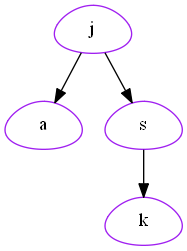
This is ProyectoEDDvacas/AVL.png from Jacks128/EDDRentaActivos, a Graphviz export, as it was before one commit. Its source is kept beside it as ProyectoEDDvacas/AVL.dot. Its diagram source:
```dot
digraph G{
 node [shape = egg, color = purple];
Nodoj [ label = "j" ];
Nodoa [ label = "a" ];
Nodos [ label = "s" ];
Nodok [ label = "k" ];
Nodoj-> Nodoa;
Nodoj-> Nodos;
Nodos-> Nodok;
}
```
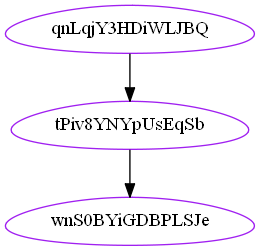
After the change.

What changed in the source:
```diff
@@ -1,10 +1,8 @@
 digraph G{
  node [shape = egg, color = purple];
-Nodoj [ label = "j" ];
-Nodoa [ label = "a" ];
-Nodos [ label = "s" ];
-Nodok [ label = "k" ];
-Nodoj-> Nodoa;
-Nodoj-> Nodos;
-Nodos-> Nodok;
+NodoqnLqjY3HDiWLJBQ [ label = "qnLqjY3HDiWLJBQ"  ];
+NodotPiv8YNYpUsEqSb [ label = "tPiv8YNYpUsEqSb"  ];
+NodownS0BYiGDBPLSJe [ label = "wnS0BYiGDBPLSJe"  ];
+NodoqnLqjY3HDiWLJBQ-> NodotPiv8YNYpUsEqSb;
+NodotPiv8YNYpUsEqSb-> NodownS0BYiGDBPLSJe;
 }
```
